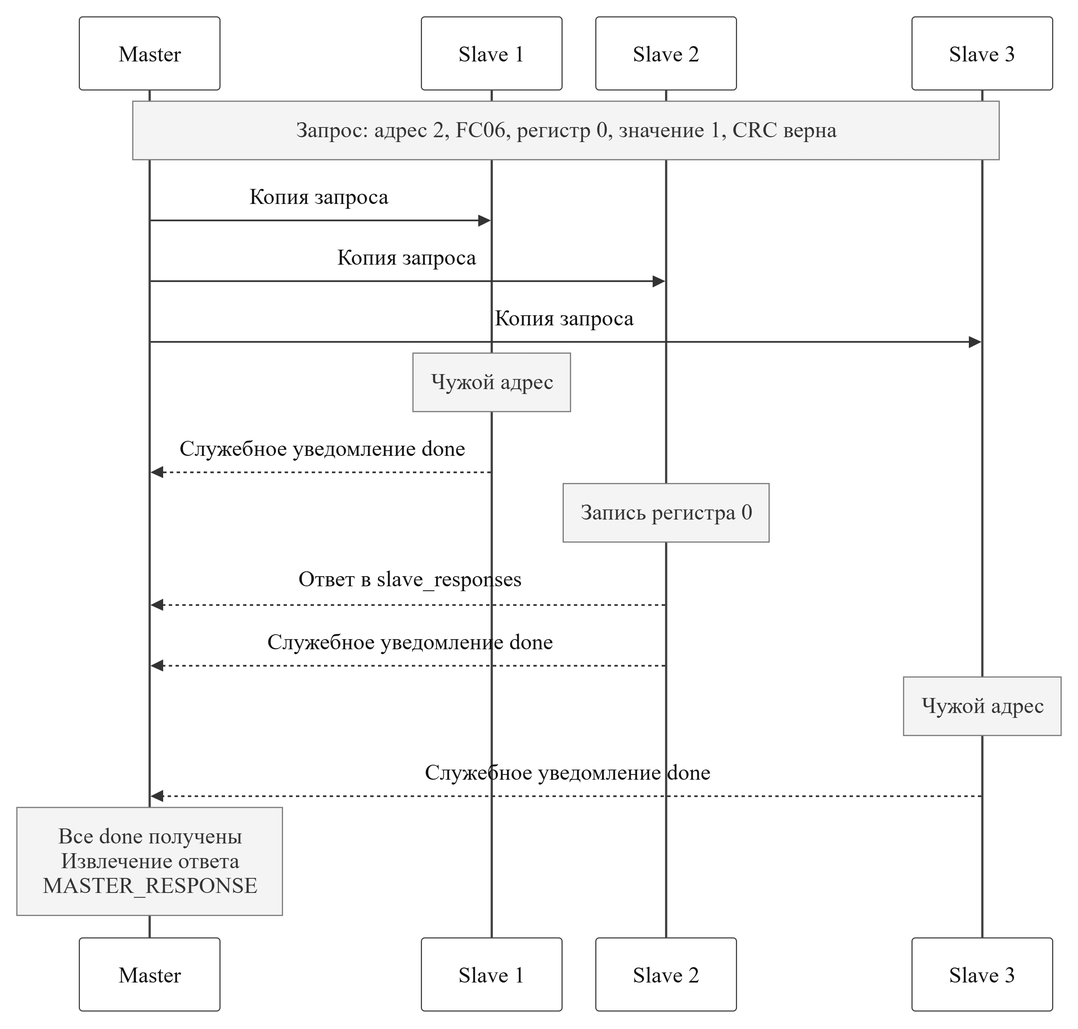
The Mermaid diagram report/figures/exchange.png in DafterT/modbus-promela, before a commit. Its source is kept beside it as report/figures/exchange.mmd.
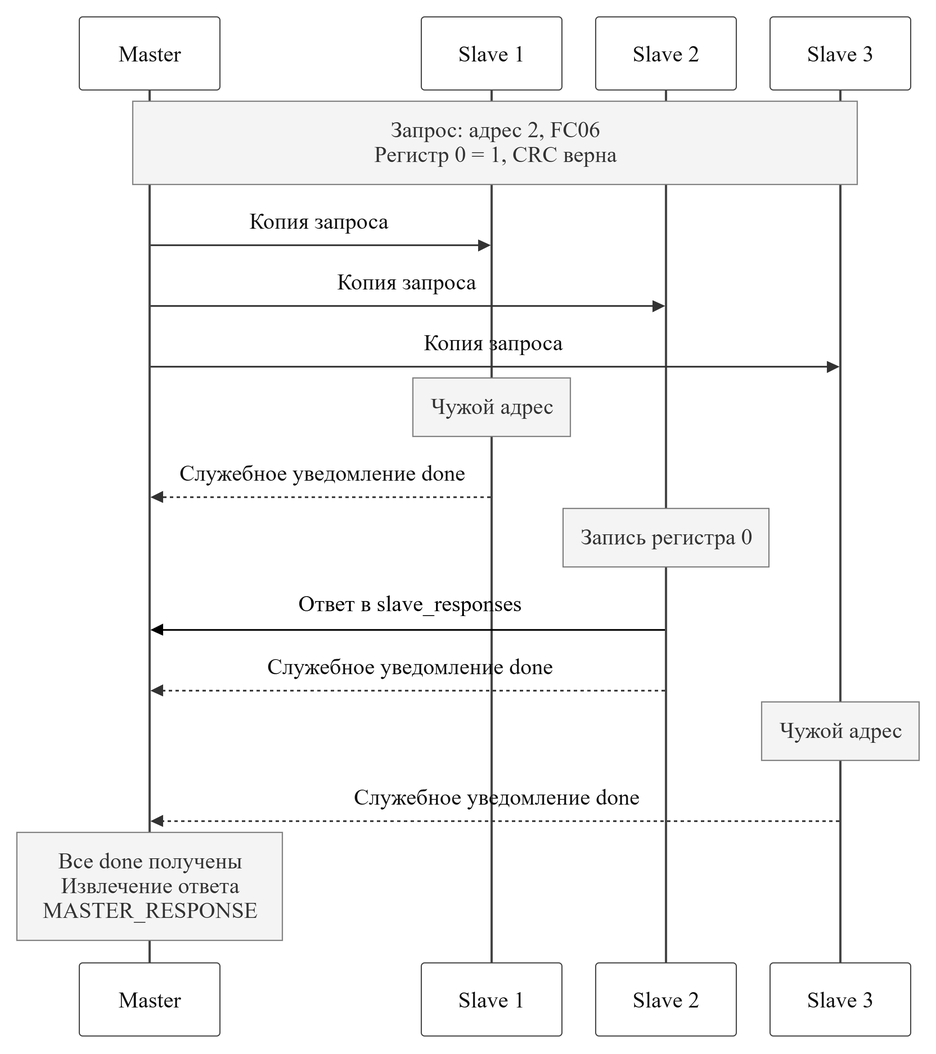
The same file after the commit.

Diff of the diagram source:
```diff
@@ -3,14 +3,14 @@
     participant S1 as Slave 1
     participant S2 as Slave 2
     participant S3 as Slave 3
-    Note over M,S3: Запрос: адрес 2, FC06, регистр 0, значение 1, CRC верна
+    Note over M,S3: Запрос: адрес 2, FC06<br/>Регистр 0 = 1, CRC верна
     M->>S1: Копия запроса
     M->>S2: Копия запроса
     M->>S3: Копия запроса
     Note over S1: Чужой адрес
     S1-->>M: Служебное уведомление done
     Note over S2: Запись регистра 0
-    S2-->>M: Ответ в slave_responses
+    S2->>M: Ответ в slave_responses
     S2-->>M: Служебное уведомление done
     Note over S3: Чужой адрес
     S3-->>M: Служебное уведомление done
```
